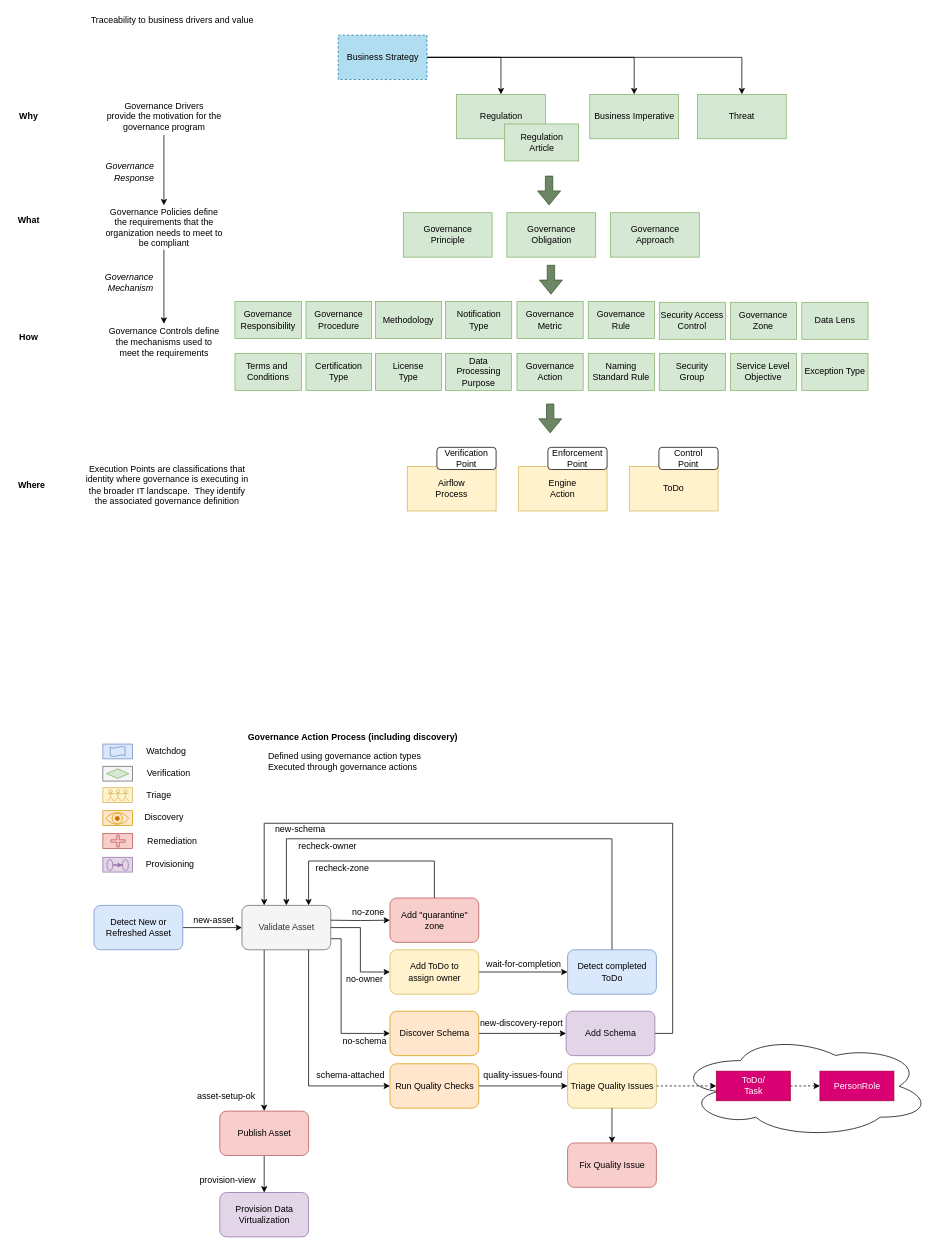
Before: page "governance-definitions" (3 of 7) of site/docs/guides/planning/governance-program/governance-program-planning.drawio in odpi/egeria-docs, a draw.io diagram. Source tidied: cells renumbered, new cells numbered last; positions are measured from the earlier drawing's top-left corner, leaving out a move shared by most shapes. Both pictures are drawn from the tidied source at 74%, with x=0, y=0 at pixel (12, 13).
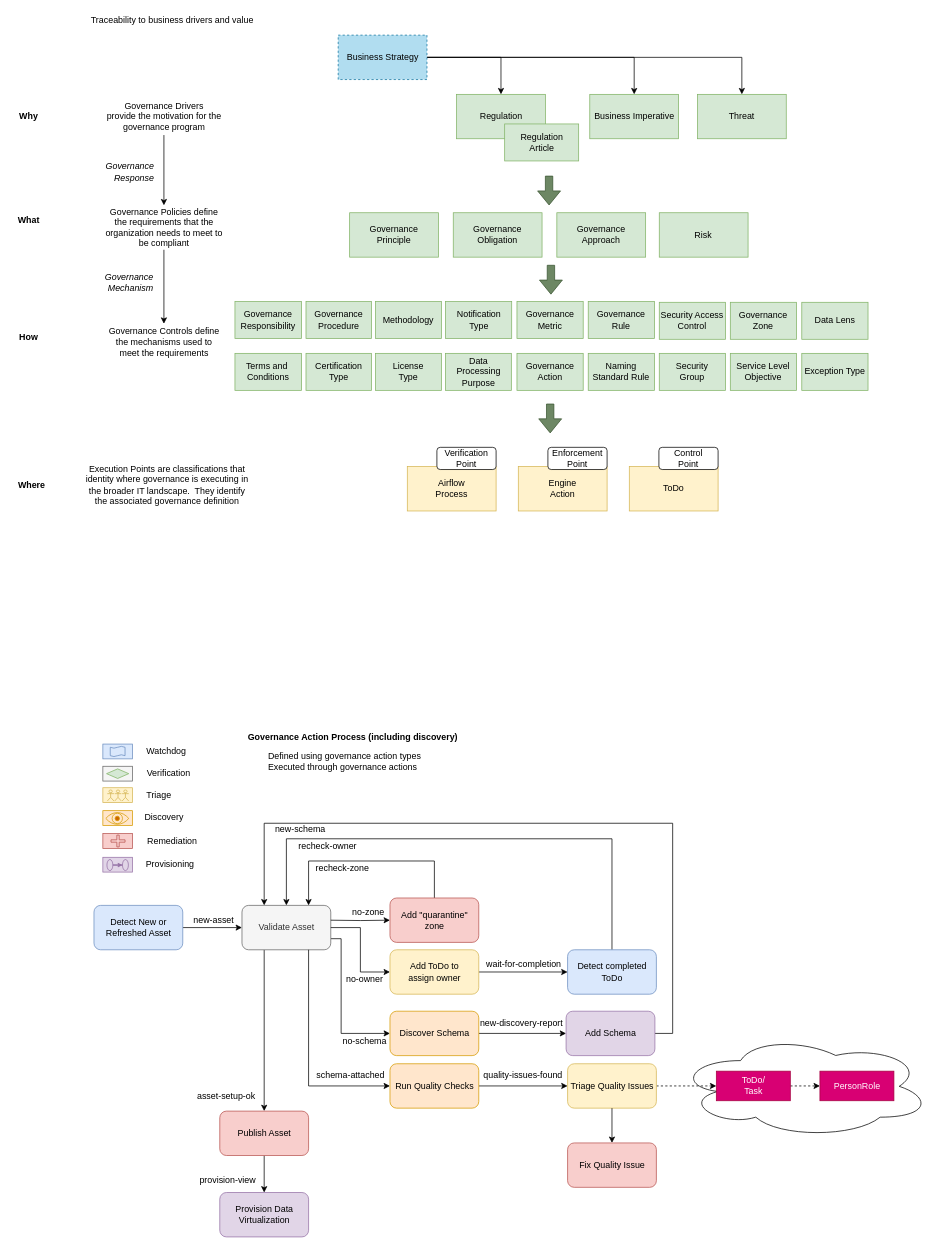
After the change.

Change to the diagram source:
```diff
@@
     <mxCell id="11" value="Governance&lt;br&gt;Principle" style="rounded=0;whiteSpace=wrap;html=1;fillColor=#d5e8d4;strokeColor=#82b366;" parent="1" vertex="1">
-      <mxGeometry x="528.5" y="270" width="120" height="60" as="geometry" />
+      <mxGeometry x="456" y="270" width="120" height="60" as="geometry" />
     </mxCell>
     <mxCell id="12" value="Governance&lt;br&gt;Obligation" style="rounded=0;whiteSpace=wrap;html=1;fillColor=#d5e8d4;strokeColor=#82b366;" parent="1" vertex="1">
-      <mxGeometry x="668.5" y="270" width="120" height="60" as="geometry" />
+      <mxGeometry x="596" y="270" width="120" height="60" as="geometry" />
     </mxCell>
     <mxCell id="13" value="Governance&lt;br&gt;Approach" style="rounded=0;whiteSpace=wrap;html=1;fillColor=#d5e8d4;strokeColor=#82b366;" parent="1" vertex="1">
-      <mxGeometry x="808.5" y="270" width="120" height="60" as="geometry" />
+      <mxGeometry x="736" y="270" width="120" height="60" as="geometry" />
     </mxCell>
@@
+    <mxCell id="124" value="Risk" style="rounded=0;whiteSpace=wrap;html=1;fillColor=#d5e8d4;strokeColor=#82b366;" parent="1" vertex="1">
+      <mxGeometry x="874.4" y="270" width="120" height="60" as="geometry" />
+    </mxCell>
```
